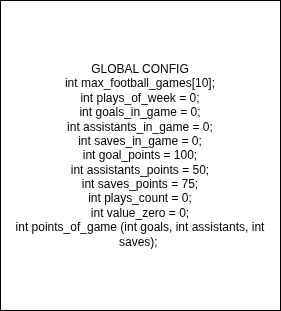
The draw.io diagram 04_footballgames_practice/docs/excercisefootballgames-Page-1.drawio.png in SrMochi02/exercises-c, before a commit. Source tidied: cells renumbered, new cells last; positions are measured from the earlier drawing's top-left corner, leaving out a move shared by most shapes. The source it was exported from:
```xml
<mxGraphModel>
  <root>
    <mxCell id="0" />
    <mxCell id="1" parent="0" />
    <mxCell id="2" value="&lt;div&gt;GLOBAL CONFIG&lt;/div&gt;int max_football_games[10];&lt;div&gt;int plays_of_week = 0;&lt;br&gt;&lt;div&gt;int goals_in_game = 0;&lt;/div&gt;&lt;div&gt;int assistants_in_game = 0;&lt;/div&gt;&lt;div&gt;int saves_in_game = 0;&lt;/div&gt;&lt;div&gt;int goal_points = 100;&lt;/div&gt;&lt;div&gt;int assistants_points = 50;&lt;/div&gt;&lt;div&gt;int saves_points = 75;&lt;/div&gt;&lt;div&gt;int plays_count = 0;&lt;br&gt;int value_zero = 0;&lt;/div&gt;&lt;div&gt;int points_of_game (int goals, int assistants, int saves);&amp;nbsp;&lt;/div&gt;&lt;/div&gt;" style="rounded=0;whiteSpace=wrap;html=1;" parent="1" vertex="1">
      <mxGeometry width="280" height="310" as="geometry" />
    </mxCell>
  </root>
</mxGraphModel>
```
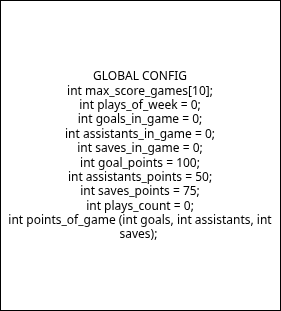
After the commit.

What changed in the source:
```diff
@@ -2,7 +2,7 @@
   <root>
     <mxCell id="0" />
     <mxCell id="1" parent="0" />
-    <mxCell id="2" value="&lt;div&gt;GLOBAL CONFIG&lt;/div&gt;int max_football_games[10];&lt;div&gt;int plays_of_week = 0;&lt;br&gt;&lt;div&gt;int goals_in_game = 0;&lt;/div&gt;&lt;div&gt;int assistants_in_game = 0;&lt;/div&gt;&lt;div&gt;int saves_in_game = 0;&lt;/div&gt;&lt;div&gt;int goal_points = 100;&lt;/div&gt;&lt;div&gt;int assistants_points = 50;&lt;/div&gt;&lt;div&gt;int saves_points = 75;&lt;/div&gt;&lt;div&gt;int plays_count = 0;&lt;br&gt;int value_zero = 0;&lt;/div&gt;&lt;div&gt;int points_of_game (int goals, int assistants, int saves);&amp;nbsp;&lt;/div&gt;&lt;/div&gt;" style="rounded=0;whiteSpace=wrap;html=1;" parent="1" vertex="1">
+    <mxCell id="2" value="&lt;div&gt;GLOBAL CONFIG&lt;/div&gt;int max_score_games[10];&lt;div&gt;int plays_of_week = 0;&lt;br&gt;&lt;div&gt;int goals_in_game = 0;&lt;/div&gt;&lt;div&gt;int assistants_in_game = 0;&lt;/div&gt;&lt;div&gt;int saves_in_game = 0;&lt;/div&gt;&lt;div&gt;int goal_points = 100;&lt;/div&gt;&lt;div&gt;int assistants_points = 50;&lt;/div&gt;&lt;div&gt;int saves_points = 75;&lt;/div&gt;&lt;div&gt;int plays_count = 0;&lt;br&gt;&lt;/div&gt;&lt;div&gt;int points_of_game (int goals, int assistants, int saves);&amp;nbsp;&lt;/div&gt;&lt;/div&gt;" style="rounded=0;whiteSpace=wrap;html=1;" parent="1" vertex="1">
       <mxGeometry width="280" height="310" as="geometry" />
     </mxCell>
   </root>
```
